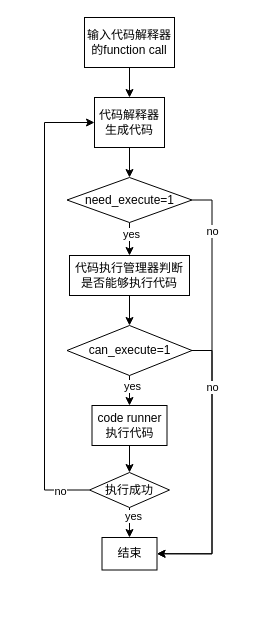
Above: 代码解释器.drawio in sunray42/diagrams (draw.io), before the change. Source tidied: cells renumbered, new cells numbered last; positions are measured from the earlier drawing's top-left corner, leaving out a move shared by most shapes. Both pictures are drawn from the tidied source at 100%, with x=0, y=0 at pixel (44, 17).
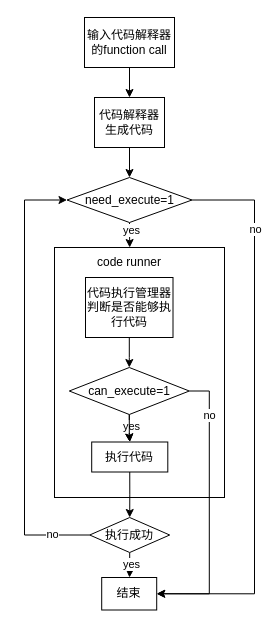
After the change.

Commit message (it also covers changes not shown here):
更新代码解释器.drawio

Unchanged cells that the change refers to:
```xml
<mxCell id="3" value="代码解释器生成代码" style="rounded=0;whiteSpace=wrap;html=1;" parent="1" vertex="1">
  <mxGeometry x="50" y="80" width="70" height="50" as="geometry" />
</mxCell>
<mxCell id="8" value="need_execute=1" style="rhombus;whiteSpace=wrap;html=1;rounded=0;" parent="1" vertex="1">
  <mxGeometry x="22.5" y="160" width="125" height="45" as="geometry" />
</mxCell>
<mxCell id="15" style="edgeStyle=orthogonalEdgeStyle;rounded=0;jettySize=auto;html=1;exitX=1;exitY=0.5;exitDx=0;exitDy=0;entryX=1;entryY=0.5;entryDx=0;entryDy=0;" parent="1" edge="1" source="17" target="25">
  <mxGeometry relative="1" as="geometry" />
</mxCell>
```

The edit, as a diff of the source:
```diff
@@
-    <mxCell id="4" style="edgeStyle=orthogonalEdgeStyle;rounded=0;jettySize=auto;html=1;" parent="1" edge="1" source="8" target="10">
-      <mxGeometry relative="1" as="geometry" />
-    </mxCell>
-    <mxCell id="5" value="yes" style="edgeLabel;html=1;align=center;verticalAlign=middle;" parent="4" vertex="1">
-      <mxGeometry x="0.35" y="1" relative="1" as="geometry">
-        <mxPoint y="-7" as="offset" />
-      </mxGeometry>
-    </mxCell>
     <mxCell id="6" style="edgeStyle=orthogonalEdgeStyle;rounded=0;jettySize=auto;html=1;exitX=1;exitY=0.5;exitDx=0;exitDy=0;entryX=1;entryY=0.5;entryDx=0;entryDy=0;" parent="1" edge="1" source="8" target="25">
-      <mxGeometry relative="1" as="geometry" />
+      <mxGeometry relative="1" as="geometry">
+        <Array as="points">
+          <mxPoint x="210" y="183" />
+          <mxPoint x="210" y="576" />
+        </Array>
+      </mxGeometry>
     </mxCell>
-    <mxCell id="7" value="no" style="edgeLabel;html=1;align=center;verticalAlign=middle;" parent="6" vertex="1">
-      <mxGeometry x="-0.76" relative="1" as="geometry" />
-    </mxCell>
+    <mxCell id="26" value="no" style="edgeLabel;html=1;align=center;verticalAlign=middle;" parent="6" vertex="1">
+      <mxGeometry x="-0.67" relative="1" as="geometry" />
+    </mxCell>
+    <mxCell id="27" style="edgeStyle=orthogonalEdgeStyle;rounded=0;jettySize=auto;html=1;exitX=0.5;exitY=1;exitDx=0;exitDy=0;entryX=0.5;entryY=0;entryDx=0;entryDy=0;" parent="1" edge="1" source="8" target="39">
+      <mxGeometry relative="1" as="geometry" />
+    </mxCell>
+    <mxCell id="28" value="yes" style="edgeLabel;html=1;align=center;verticalAlign=middle;" parent="27" vertex="1">
+      <mxGeometry x="-0.6" y="1" relative="1" as="geometry">
+        <mxPoint y="3" as="offset" />
+      </mxGeometry>
+    </mxCell>
@@
+    <mxCell id="11" style="edgeStyle=orthogonalEdgeStyle;rounded=0;jettySize=auto;html=1;exitX=0.5;exitY=1;exitDx=0;exitDy=0;" parent="1" edge="1" source="12" target="3">
+      <mxGeometry relative="1" as="geometry" />
+    </mxCell>
+    <mxCell id="12" value="输入代码解释器的function call" style="rounded=0;whiteSpace=wrap;html=1;" parent="1" vertex="1">
+      <mxGeometry x="40" width="90" height="50" as="geometry" />
+    </mxCell>
+    <mxCell id="19" style="whiteSpace=wrap;html=1;rounded=0;" parent="1" vertex="1">
+      <mxGeometry x="10" y="230" width="170" height="250" as="geometry" />
+    </mxCell>
+    <mxCell id="29" style="edgeStyle=orthogonalEdgeStyle;rounded=0;jettySize=auto;html=1;" parent="1" edge="1" source="24">
+      <mxGeometry relative="1" as="geometry">
+        <mxPoint x="85" y="560" as="targetPoint" />
+      </mxGeometry>
+    </mxCell>
+    <mxCell id="30" value="yes" style="edgeLabel;html=1;align=center;verticalAlign=middle;" parent="29" vertex="1">
+      <mxGeometry x="-0.21" y="1" relative="1" as="geometry">
+        <mxPoint y="1" as="offset" />
+      </mxGeometry>
+    </mxCell>
+    <mxCell id="31" style="edgeStyle=orthogonalEdgeStyle;rounded=0;jettySize=auto;html=1;exitX=0;exitY=0.5;exitDx=0;exitDy=0;entryX=0;entryY=0.5;entryDx=0;entryDy=0;" parent="1" edge="1" source="24" target="8">
+      <mxGeometry relative="1" as="geometry">
+        <Array as="points">
+          <mxPoint x="-20" y="518" />
+          <mxPoint x="-20" y="183" />
+        </Array>
+      </mxGeometry>
+    </mxCell>
+    <mxCell id="32" value="no" style="edgeLabel;html=1;align=center;verticalAlign=middle;" parent="31" vertex="1">
+      <mxGeometry x="-0.83" y="-1" relative="1" as="geometry" />
+    </mxCell>
+    <mxCell id="24" value="执行成功" style="rhombus;whiteSpace=wrap;html=1;rounded=0;" parent="1" vertex="1">
+      <mxGeometry x="45.2" y="500" width="80" height="35" as="geometry" />
+    </mxCell>
+    <mxCell id="25" value="结束" style="whiteSpace=wrap;html=1;rounded=0;" parent="1" vertex="1">
+      <mxGeometry x="57.2" y="560" width="55" height="32.5" as="geometry" />
+    </mxCell>
@@
     <mxCell id="10" value="代码执行管理器判断是否能够执行代码" style="whiteSpace=wrap;html=1;rounded=0;" parent="1" vertex="1">
-      <mxGeometry x="25" y="238" width="120" height="40" as="geometry" />
+      <mxGeometry x="41" y="260" width="87.5" height="60" as="geometry" />
     </mxCell>
-    <mxCell id="11" style="edgeStyle=orthogonalEdgeStyle;rounded=0;jettySize=auto;html=1;exitX=0.5;exitY=1;exitDx=0;exitDy=0;" parent="1" edge="1" source="12" target="3">
-      <mxGeometry relative="1" as="geometry" />
-    </mxCell>
-    <mxCell id="12" value="输入代码解释器的function call" style="rounded=0;whiteSpace=wrap;html=1;" parent="1" vertex="1">
-      <mxGeometry x="40" width="90" height="50" as="geometry" />
-    </mxCell>
-    <mxCell id="13" style="edgeStyle=orthogonalEdgeStyle;rounded=0;jettySize=auto;html=1;" parent="1" edge="1" source="17" target="19">
-      <mxGeometry relative="1" as="geometry" />
-    </mxCell>
-    <mxCell id="14" value="yes" style="edgeLabel;html=1;align=center;verticalAlign=middle;" parent="13" vertex="1">
-      <mxGeometry x="0.28" y="2" relative="1" as="geometry">
-        <mxPoint y="-2" as="offset" />
-      </mxGeometry>
-    </mxCell>
+    <mxCell id="33" style="edgeStyle=orthogonalEdgeStyle;rounded=0;jettySize=auto;html=1;" parent="1" edge="1" source="17" target="38">
+      <mxGeometry relative="1" as="geometry" />
+    </mxCell>
+    <mxCell id="34" value="yes" style="edgeLabel;html=1;align=center;verticalAlign=middle;" parent="33" vertex="1">
+      <mxGeometry x="-0.26" y="3" relative="1" as="geometry">
+        <mxPoint x="-1" y="1" as="offset" />
+      </mxGeometry>
+    </mxCell>
+    <mxCell id="35" style="edgeStyle=orthogonalEdgeStyle;rounded=0;jettySize=auto;html=1;" parent="1" edge="1" source="17" target="38">
+      <mxGeometry relative="1" as="geometry" />
+    </mxCell>
@@
-    <mxCell id="16" value="no" style="edgeLabel;html=1;align=center;verticalAlign=middle;" parent="15" vertex="1">
-      <mxGeometry x="-0.6" relative="1" as="geometry" />
-    </mxCell>
+    <mxCell id="36" value="no" style="edgeLabel;html=1;align=center;verticalAlign=middle;" parent="15" vertex="1">
+      <mxGeometry x="-0.68" relative="1" as="geometry" />
+    </mxCell>
     <mxCell id="17" value="can_execute=1" style="rhombus;whiteSpace=wrap;html=1;rounded=0;" parent="1" vertex="1">
-      <mxGeometry x="22.5" y="308" width="125" height="50" as="geometry" />
+      <mxGeometry x="24.8" y="350" width="120" height="47" as="geometry" />
     </mxCell>
-    <mxCell id="18" style="edgeStyle=orthogonalEdgeStyle;rounded=0;jettySize=auto;html=1;" parent="1" edge="1" source="19" target="24">
-      <mxGeometry relative="1" as="geometry" />
-    </mxCell>
-    <mxCell id="19" value="code runner执行代码" style="whiteSpace=wrap;html=1;rounded=0;" parent="1" vertex="1">
-      <mxGeometry x="47.5" y="388" width="75" height="40" as="geometry" />
-    </mxCell>
-    <mxCell id="20" style="edgeStyle=orthogonalEdgeStyle;rounded=0;jettySize=auto;html=1;" parent="1" edge="1" source="24" target="25">
-      <mxGeometry relative="1" as="geometry" />
-    </mxCell>
-    <mxCell id="21" value="yes" style="edgeLabel;html=1;align=center;verticalAlign=middle;" parent="20" vertex="1">
-      <mxGeometry x="-0.68" y="3" relative="1" as="geometry" />
-    </mxCell>
-    <mxCell id="22" style="edgeStyle=orthogonalEdgeStyle;rounded=0;jettySize=auto;html=1;exitX=0;exitY=0.5;exitDx=0;exitDy=0;entryX=0;entryY=0.5;entryDx=0;entryDy=0;" parent="1" edge="1" source="24" target="3">
-      <mxGeometry relative="1" as="geometry">
-        <Array as="points">
-          <mxPoint y="473" />
-          <mxPoint y="105" />
-        </Array>
-      </mxGeometry>
-    </mxCell>
-    <mxCell id="23" value="no" style="edgeLabel;html=1;align=center;verticalAlign=middle;" parent="22" vertex="1">
-      <mxGeometry x="-0.87" y="1" relative="1" as="geometry" />
-    </mxCell>
-    <mxCell id="24" value="执行成功" style="rhombus;whiteSpace=wrap;html=1;rounded=0;" parent="1" vertex="1">
-      <mxGeometry x="45" y="455" width="80" height="35" as="geometry" />
-    </mxCell>
-    <mxCell id="25" value="结束" style="whiteSpace=wrap;html=1;rounded=0;" parent="1" vertex="1">
-      <mxGeometry x="57.5" y="520" width="55" height="32.5" as="geometry" />
-    </mxCell>
+    <mxCell id="37" style="edgeStyle=orthogonalEdgeStyle;rounded=0;jettySize=auto;html=1;exitX=0.5;exitY=1;exitDx=0;exitDy=0;entryX=0.5;entryY=0;entryDx=0;entryDy=0;" parent="1" edge="1" source="38" target="24">
+      <mxGeometry relative="1" as="geometry" />
+    </mxCell>
+    <mxCell id="38" value="执行代码" style="whiteSpace=wrap;html=1;rounded=0;" parent="1" vertex="1">
+      <mxGeometry x="47.2" y="424.5" width="76.1" height="30" as="geometry" />
+    </mxCell>
+    <mxCell id="39" value="code runner" style="text;html=1;align=center;verticalAlign=middle;whiteSpace=wrap;rounded=0;" parent="1" vertex="1">
+      <mxGeometry x="45.2" y="230" width="80" height="30" as="geometry" />
+    </mxCell>
```
